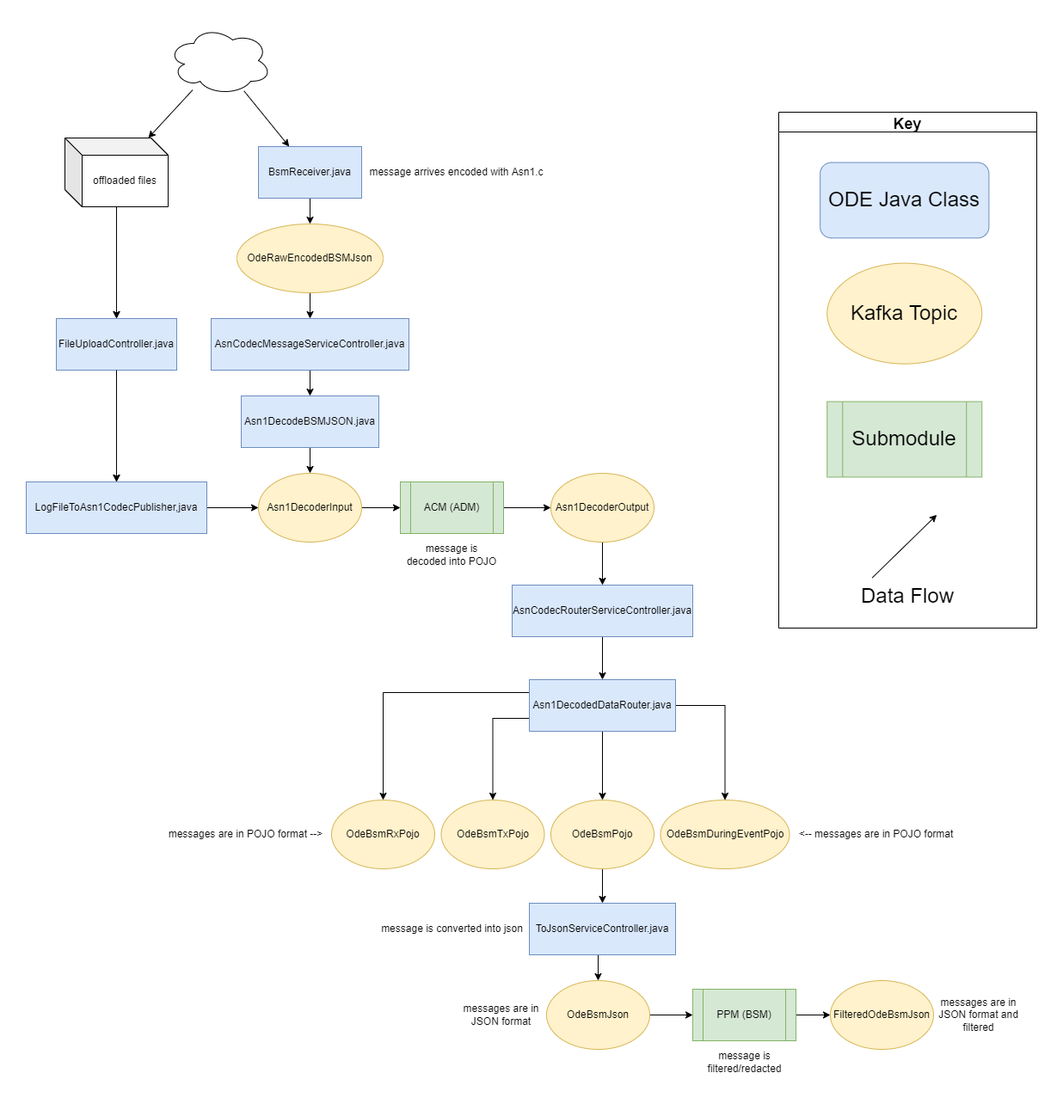
usdot-jpo-ode/jpo-ode keeps this draw.io diagram as docs/data-flow-diagrams/bsm/BSM Data Flow.drawio.png. Above is the earlier version. Source tidied: cells renumbered, new cells last; positions are measured from the earlier drawing's top-left corner, leaving out a move shared by most shapes.
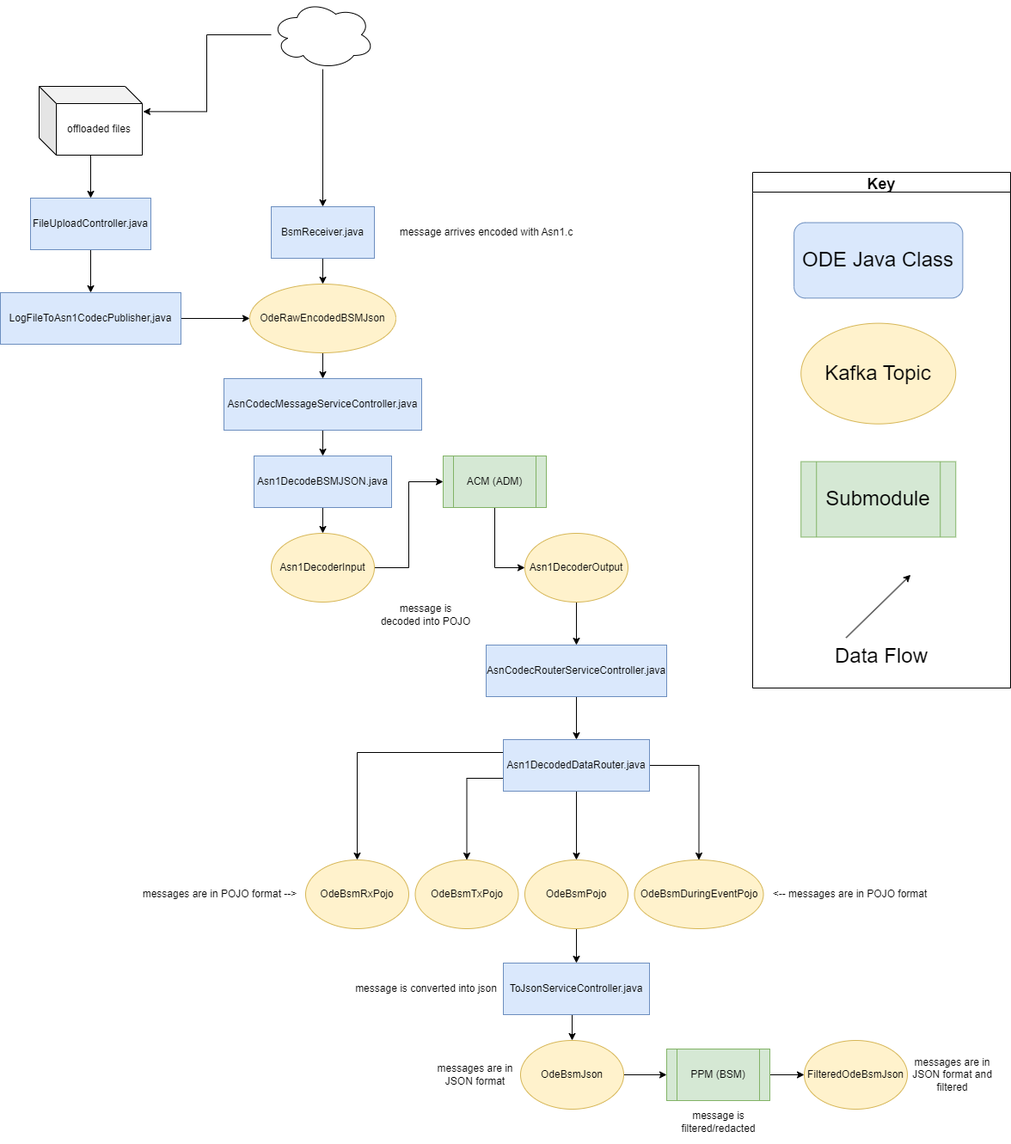
After the change.

What changed in the source:
```diff
@@ -33,37 +33,37 @@
       <mxGeometry relative="1" as="geometry" />
     </mxCell>
     <mxCell id="12" value="BsmReceiver.java" style="rounded=0;whiteSpace=wrap;html=1;fillColor=#dae8fc;strokeColor=#6c8ebf;" parent="1" vertex="1">
-      <mxGeometry x="270" y="140" width="120" height="60" as="geometry" />
+      <mxGeometry x="315" y="140" width="120" height="60" as="geometry" />
     </mxCell>
     <mxCell id="13" style="edgeStyle=orthogonalEdgeStyle;rounded=0;jettySize=auto;html=1;entryX=0.5;entryY=0;entryDx=0;entryDy=0;" parent="1" edge="1" source="14" target="18">
       <mxGeometry relative="1" as="geometry" />
     </mxCell>
     <mxCell id="14" value="OdeRawEncodedBSMJson" style="ellipse;whiteSpace=wrap;html=1;fillColor=#fff2cc;strokeColor=#d6b656;" parent="1" vertex="1">
-      <mxGeometry x="245" y="230" width="170" height="80" as="geometry" />
+      <mxGeometry x="290" y="230" width="170" height="80" as="geometry" />
     </mxCell>
     <mxCell id="15" style="edgeStyle=orthogonalEdgeStyle;rounded=0;jettySize=auto;html=1;entryX=0;entryY=0.5;entryDx=0;entryDy=0;" parent="1" edge="1" source="16" target="24">
       <mxGeometry relative="1" as="geometry" />
     </mxCell>
     <mxCell id="16" value="ACM (ADM)" style="shape=process;whiteSpace=wrap;html=1;backgroundOutline=1;fillColor=#d5e8d4;strokeColor=#82b366;" parent="1" vertex="1">
-      <mxGeometry x="435" y="530" width="120" height="60" as="geometry" />
+      <mxGeometry x="515" y="430" width="120" height="60" as="geometry" />
     </mxCell>
     <mxCell id="17" style="edgeStyle=orthogonalEdgeStyle;rounded=0;jettySize=auto;html=1;entryX=0.5;entryY=0;entryDx=0;entryDy=0;exitX=0.5;exitY=1;exitDx=0;exitDy=0;" parent="1" edge="1" source="18" target="20">
       <mxGeometry relative="1" as="geometry" />
     </mxCell>
     <mxCell id="18" value="AsnCodecMessageServiceController.java" style="rounded=0;whiteSpace=wrap;html=1;fillColor=#dae8fc;strokeColor=#6c8ebf;" parent="1" vertex="1">
-      <mxGeometry x="215" y="340" width="230" height="60" as="geometry" />
+      <mxGeometry x="260" y="340" width="230" height="60" as="geometry" />
     </mxCell>
     <mxCell id="19" style="edgeStyle=orthogonalEdgeStyle;rounded=0;jettySize=auto;html=1;labelBackgroundColor=none;fontSize=18;" parent="1" edge="1" source="20" target="22">
       <mxGeometry relative="1" as="geometry" />
     </mxCell>
     <mxCell id="20" value="Asn1DecodeBSMJSON.java" style="rounded=0;whiteSpace=wrap;html=1;fillColor=#dae8fc;strokeColor=#6c8ebf;" parent="1" vertex="1">
-      <mxGeometry x="250" y="430" width="160" height="60" as="geometry" />
+      <mxGeometry x="295" y="430" width="160" height="60" as="geometry" />
     </mxCell>
     <mxCell id="21" style="edgeStyle=orthogonalEdgeStyle;rounded=0;jettySize=auto;html=1;entryX=0;entryY=0.5;entryDx=0;entryDy=0;" parent="1" edge="1" source="22" target="16">
       <mxGeometry relative="1" as="geometry" />
     </mxCell>
     <mxCell id="22" value="Asn1DecoderInput" style="ellipse;whiteSpace=wrap;html=1;fillColor=#fff2cc;strokeColor=#d6b656;" parent="1" vertex="1">
-      <mxGeometry x="270" y="520" width="120" height="80" as="geometry" />
+      <mxGeometry x="315" y="520" width="120" height="80" as="geometry" />
     </mxCell>
     <mxCell id="23" style="edgeStyle=orthogonalEdgeStyle;rounded=0;jettySize=auto;html=1;" parent="1" edge="1" source="24" target="34">
       <mxGeometry relative="1" as="geometry" />
@@ -128,14 +128,14 @@
     <mxCell id="42" style="rounded=0;jettySize=auto;html=1;labelBackgroundColor=none;fontSize=18;" parent="1" edge="1" source="44" target="12">
       <mxGeometry relative="1" as="geometry" />
     </mxCell>
-    <mxCell id="43" style="rounded=0;jettySize=auto;html=1;" parent="1" edge="1" source="44" target="56">
-      <mxGeometry relative="1" as="geometry" />
-    </mxCell>
+    <mxCell id="64" style="edgeStyle=orthogonalEdgeStyle;rounded=0;jettySize=auto;html=1;entryX=1.008;entryY=0.367;entryDx=0;entryDy=0;entryPerimeter=0;" parent="1" edge="1" source="44" target="59">
+      <mxGeometry relative="1" as="geometry" />
+    </mxCell>
     <mxCell id="44" style="ellipse;shape=cloud;whiteSpace=wrap;html=1;labelBackgroundColor=none;fontSize=18;" parent="1" vertex="1">
-      <mxGeometry x="165" width="120" height="80" as="geometry" />
+      <mxGeometry x="315" y="-100" width="120" height="80" as="geometry" />
     </mxCell>
     <mxCell id="45" value="message arrives encoded with Asn1.c" style="text;html=1;align=center;verticalAlign=middle;strokeColor=none;fillColor=none;" parent="1" vertex="1">
-      <mxGeometry x="390" y="160" width="220" height="20" as="geometry" />
+      <mxGeometry x="455" y="160" width="220" height="20" as="geometry" />
     </mxCell>
     <mxCell id="46" value="message is decoded into POJO" style="text;html=1;strokeColor=none;fillColor=none;align=center;verticalAlign=middle;whiteSpace=wrap;rounded=0;" parent="1" vertex="1">
       <mxGeometry x="440" y="590" width="110" height="50" as="geometry" />
@@ -158,38 +158,23 @@
     <mxCell id="52" value="&amp;lt;-- messages are in POJO format" style="text;html=1;align=center;verticalAlign=middle;strokeColor=none;fillColor=none;" parent="1" vertex="1">
       <mxGeometry x="887.5" y="930" width="200" height="20" as="geometry" />
     </mxCell>
-    <mxCell id="53" style="rounded=0;jettySize=auto;html=1;" parent="1" edge="1" source="54" target="58">
-      <mxGeometry relative="1" as="geometry" />
-    </mxCell>
-    <mxCell id="54" value="FileUploadController.java" style="rounded=0;whiteSpace=wrap;html=1;fillColor=#dae8fc;strokeColor=#6c8ebf;" parent="1" vertex="1">
-      <mxGeometry x="35" y="340" width="140" height="60" as="geometry" />
-    </mxCell>
-    <mxCell id="55" style="edgeStyle=orthogonalEdgeStyle;rounded=0;jettySize=auto;html=1;" parent="1" edge="1" source="56" target="54">
-      <mxGeometry relative="1" as="geometry" />
-    </mxCell>
-    <mxCell id="56" value="offloaded files" style="shape=cube;whiteSpace=wrap;html=1;boundedLbl=1;backgroundOutline=1;darkOpacity=0.05;darkOpacity2=0.1;" parent="1" vertex="1">
-      <mxGeometry x="45" y="130" width="120" height="80" as="geometry" />
-    </mxCell>
-    <mxCell id="57" style="edgeStyle=none;rounded=0;jettySize=auto;html=1;" parent="1" edge="1" source="58" target="22">
-      <mxGeometry relative="1" as="geometry" />
-    </mxCell>
-    <mxCell id="58" value="LogFileToAsn1CodecPublisher,java" style="rounded=0;whiteSpace=wrap;html=1;fillColor=#dae8fc;strokeColor=#6c8ebf;" parent="1" vertex="1">
-      <mxGeometry y="530" width="210" height="60" as="geometry" />
-    </mxCell>
     <mxCell id="59" value="offloaded files" style="shape=cube;whiteSpace=wrap;html=1;boundedLbl=1;backgroundOutline=1;darkOpacity=0.05;darkOpacity2=0.1;" parent="1" vertex="1">
-      <mxGeometry x="45" y="130" width="120" height="80" as="geometry" />
+      <mxGeometry x="45" width="120" height="80" as="geometry" />
     </mxCell>
     <mxCell id="60" style="edgeStyle=orthogonalEdgeStyle;rounded=0;jettySize=auto;html=1;" parent="1" edge="1" source="59" target="61">
       <mxGeometry relative="1" as="geometry" />
     </mxCell>
+    <mxCell id="62" style="edgeStyle=orthogonalEdgeStyle;rounded=0;jettySize=auto;html=1;exitX=0.5;exitY=1;exitDx=0;exitDy=0;entryX=0.5;entryY=0;entryDx=0;entryDy=0;" parent="1" edge="1" source="61" target="63">
+      <mxGeometry relative="1" as="geometry" />
+    </mxCell>
     <mxCell id="61" value="FileUploadController.java" style="rounded=0;whiteSpace=wrap;html=1;fillColor=#dae8fc;strokeColor=#6c8ebf;" parent="1" vertex="1">
-      <mxGeometry x="35" y="340" width="140" height="60" as="geometry" />
+      <mxGeometry x="35" y="130" width="140" height="60" as="geometry" />
     </mxCell>
-    <mxCell id="62" style="rounded=0;jettySize=auto;html=1;" parent="1" edge="1" source="61" target="63">
-      <mxGeometry relative="1" as="geometry" />
-    </mxCell>
+    <mxCell id="65" style="edgeStyle=orthogonalEdgeStyle;rounded=0;jettySize=auto;html=1;entryX=0;entryY=0.5;entryDx=0;entryDy=0;" parent="1" edge="1" source="63" target="14">
+      <mxGeometry relative="1" as="geometry" />
+    </mxCell>
     <mxCell id="63" value="LogFileToAsn1CodecPublisher,java" style="rounded=0;whiteSpace=wrap;html=1;fillColor=#dae8fc;strokeColor=#6c8ebf;" parent="1" vertex="1">
-      <mxGeometry y="530" width="210" height="60" as="geometry" />
+      <mxGeometry y="240" width="210" height="60" as="geometry" />
     </mxCell>
   </root>
 </mxGraphModel>
```
